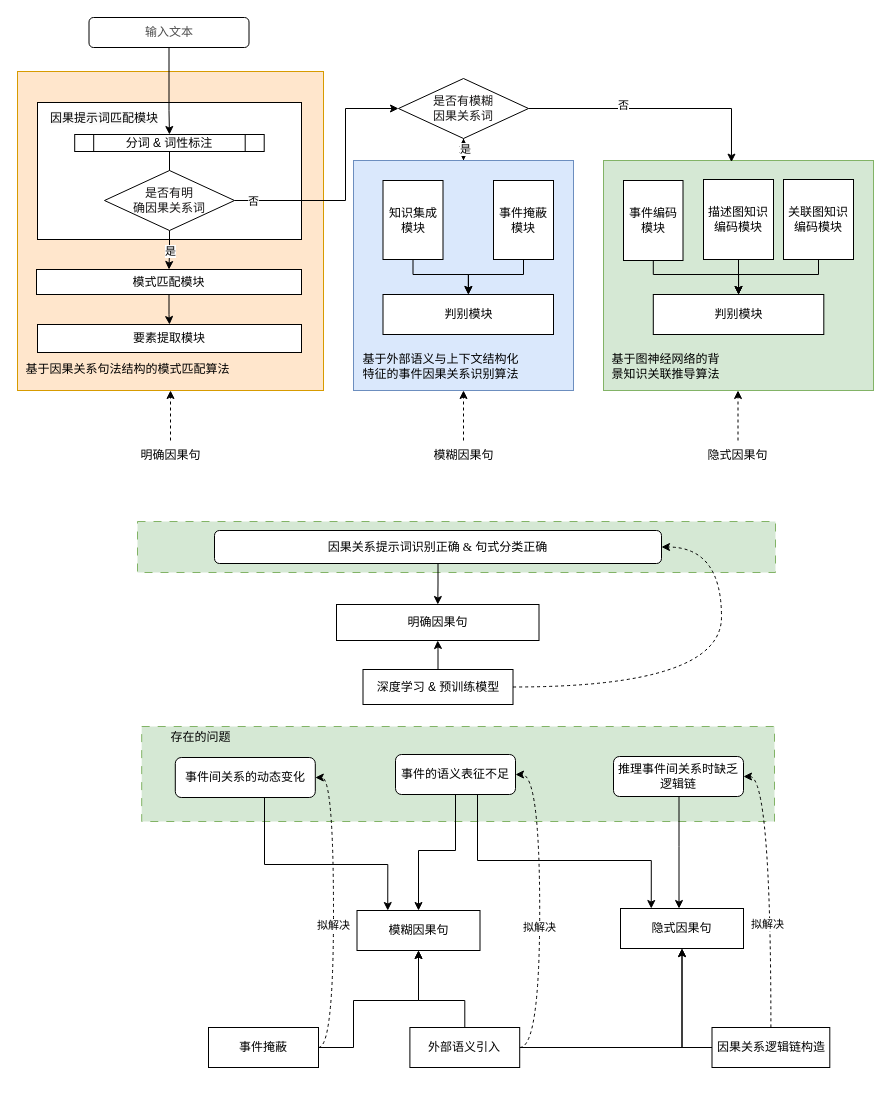
Earlier version of the draw.io diagram page "方案" (1 of 16) of 2.drawio (JiaXinLI98/myProject). Source tidied: cells renumbered, new cells numbered last; positions are measured from the earlier drawing's top-left corner, leaving out a move shared by most shapes. Both pictures are drawn from the tidied source at 100%, with x=0, y=0 at pixel (17, 17).
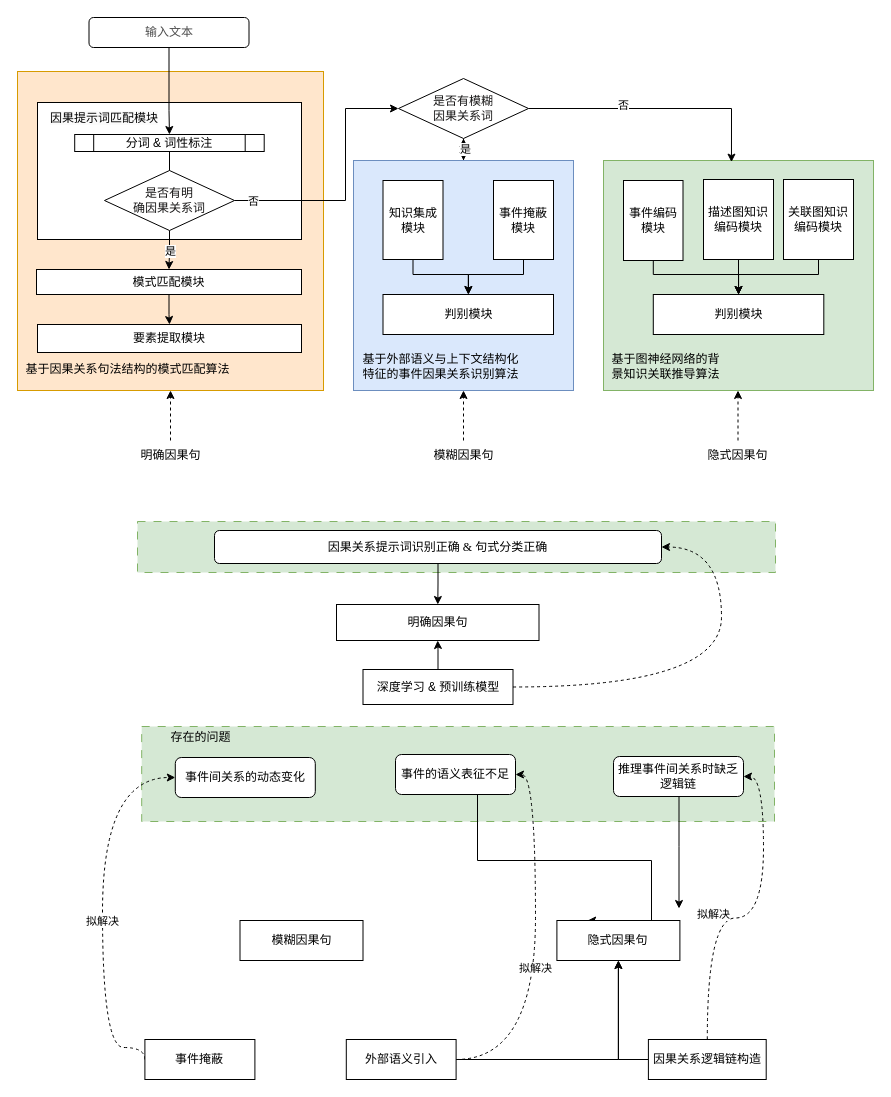
Above is the later version.

The change refers to these unchanged cells:
```xml
<mxCell id="49" value="事件的语义表征不足" style="rounded=1;whiteSpace=wrap;html=1;" parent="1" vertex="1">
  <mxGeometry x="378" y="737" width="120" height="40" as="geometry" />
</mxCell>
<mxCell id="51" value="&lt;p style=&quot;margin: 0pt 0pt 0.0001pt; line-height: 20pt; font-family: &amp;quot;Times New Roman&amp;quot;;&quot; class=&quot;MsoNormal&quot;&gt;事件间关系的动态变化&lt;br&gt;&lt;/p&gt;" style="rounded=1;whiteSpace=wrap;html=1;align=center;" parent="1" vertex="1">
  <mxGeometry x="157.8" y="740" width="140" height="40" as="geometry" />
</mxCell>
```

The edit, as a diff of the source:
```diff
@@
-    <mxCell id="47" style="edgeStyle=orthogonalEdgeStyle;rounded=0;jettySize=auto;html=1;entryX=0.5;entryY=0;entryDx=0;entryDy=0;exitX=0.5;exitY=1;exitDx=0;exitDy=0;" parent="1" edge="1" source="49" target="54">
-      <mxGeometry relative="1" as="geometry">
-        <Array as="points">
-          <mxPoint x="438" y="833" />
-          <mxPoint x="401" y="833" />
-        </Array>
-      </mxGeometry>
-    </mxCell>
@@
-    <mxCell id="50" style="edgeStyle=orthogonalEdgeStyle;rounded=0;jettySize=auto;html=1;entryX=0.25;entryY=0;entryDx=0;entryDy=0;exitX=0.5;exitY=1;exitDx=0;exitDy=0;" parent="1" edge="1" source="51" target="54">
-      <mxGeometry relative="1" as="geometry">
-        <Array as="points">
-          <mxPoint x="247" y="780" />
-          <mxPoint x="247" y="847" />
-          <mxPoint x="370" y="847" />
-        </Array>
-      </mxGeometry>
-    </mxCell>
@@
-    <mxCell id="54" value="模糊因果句" style="rounded=0;whiteSpace=wrap;html=1;" parent="1" vertex="1">
-      <mxGeometry x="339.5" y="893" width="123" height="40" as="geometry" />
-    </mxCell>
@@
-    <mxCell id="56" style="edgeStyle=orthogonalEdgeStyle;rounded=0;jettySize=auto;html=1;entryX=0.5;entryY=1;entryDx=0;entryDy=0;exitX=0.5;exitY=0;exitDx=0;exitDy=0;" parent="1" edge="1" source="60" target="54">
-      <mxGeometry relative="1" as="geometry">
-        <Array as="points">
-          <mxPoint x="447" y="983" />
-          <mxPoint x="401" y="983" />
-        </Array>
-      </mxGeometry>
-    </mxCell>
@@
     <mxCell id="60" value="外部语义引入" style="rounded=0;whiteSpace=wrap;html=1;" parent="1" vertex="1">
-      <mxGeometry x="392.4" y="1010" width="109.8" height="40" as="geometry" />
+      <mxGeometry x="328.8" y="1022" width="109.8" height="40" as="geometry" />
     </mxCell>
-    <mxCell id="61" style="edgeStyle=orthogonalEdgeStyle;rounded=0;jettySize=auto;html=1;entryX=0.5;entryY=1;entryDx=0;entryDy=0;" parent="1" edge="1" source="64" target="54">
-      <mxGeometry relative="1" as="geometry">
-        <Array as="points">
-          <mxPoint x="336" y="1030" />
-          <mxPoint x="336" y="983" />
-          <mxPoint x="401" y="983" />
-        </Array>
-      </mxGeometry>
-    </mxCell>
-    <mxCell id="62" style="edgeStyle=orthogonalEdgeStyle;rounded=0;jettySize=auto;html=1;entryX=1;entryY=0.5;entryDx=0;entryDy=0;exitX=1;exitY=0.5;exitDx=0;exitDy=0;curved=1;dashed=1;" parent="1" edge="1" source="64" target="51">
+    <mxCell id="62" style="edgeStyle=orthogonalEdgeStyle;rounded=0;jettySize=auto;html=1;entryX=0;entryY=0.5;entryDx=0;entryDy=0;exitX=0;exitY=0.5;exitDx=0;exitDy=0;curved=1;dashed=1;" parent="1" edge="1" source="64" target="51">
       <mxGeometry relative="1" as="geometry">
         <Array as="points">
-          <mxPoint x="316" y="1030" />
-          <mxPoint x="316" y="760" />
+          <mxPoint x="127" y="1030" />
+          <mxPoint x="85" y="1030" />
+          <mxPoint x="85" y="760" />
         </Array>
       </mxGeometry>
     </mxCell>
@@
     <mxCell id="64" value="事件掩蔽" style="rounded=0;whiteSpace=wrap;html=1;" parent="1" vertex="1">
-      <mxGeometry x="191" y="1010" width="110" height="40" as="geometry" />
+      <mxGeometry x="127.4" y="1022" width="110" height="40" as="geometry" />
     </mxCell>
     <mxCell id="65" value="隐式因果句" style="rounded=0;whiteSpace=wrap;html=1;" parent="1" vertex="1">
-      <mxGeometry x="603" y="891" width="123" height="40" as="geometry" />
+      <mxGeometry x="539.4" y="903" width="123" height="40" as="geometry" />
     </mxCell>
@@
     <mxCell id="69" value="因果关系逻辑链构造" style="rounded=0;whiteSpace=wrap;html=1;" parent="1" vertex="1">
-      <mxGeometry x="694.5" y="1010" width="117.8" height="40" as="geometry" />
+      <mxGeometry x="630.9" y="1022" width="117.8" height="40" as="geometry" />
     </mxCell>
@@
+    <mxCell id="54" value="模糊因果句" style="rounded=0;whiteSpace=wrap;html=1;" parent="1" vertex="1">
+      <mxGeometry x="222.5" y="903" width="123" height="40" as="geometry" />
+    </mxCell>
```
